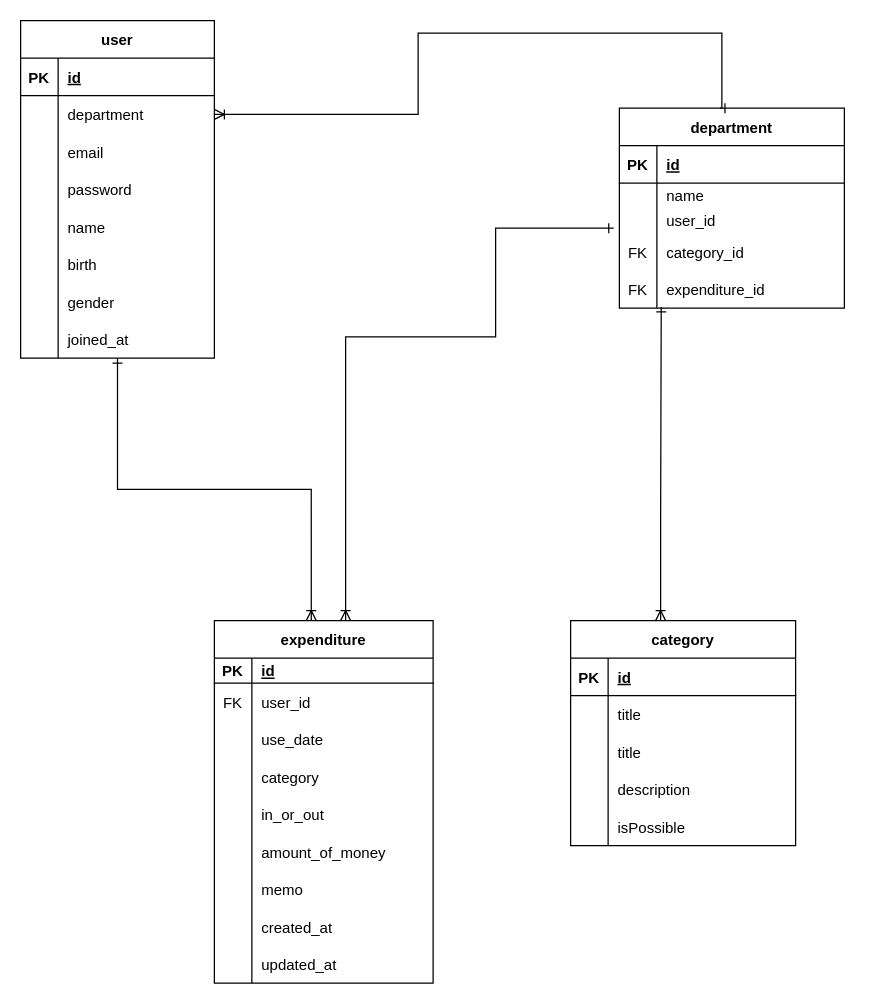
Earlier version of the draw.io diagram 제목 없는 다이어그램.drawio (ekslffh/accounting-project-be). Source tidied: cells renumbered, new cells numbered last; positions are measured from the earlier drawing's top-left corner, leaving out a move shared by most shapes. Both pictures are drawn from the tidied source at 125%, with x=0, y=0 at pixel (20, 20).
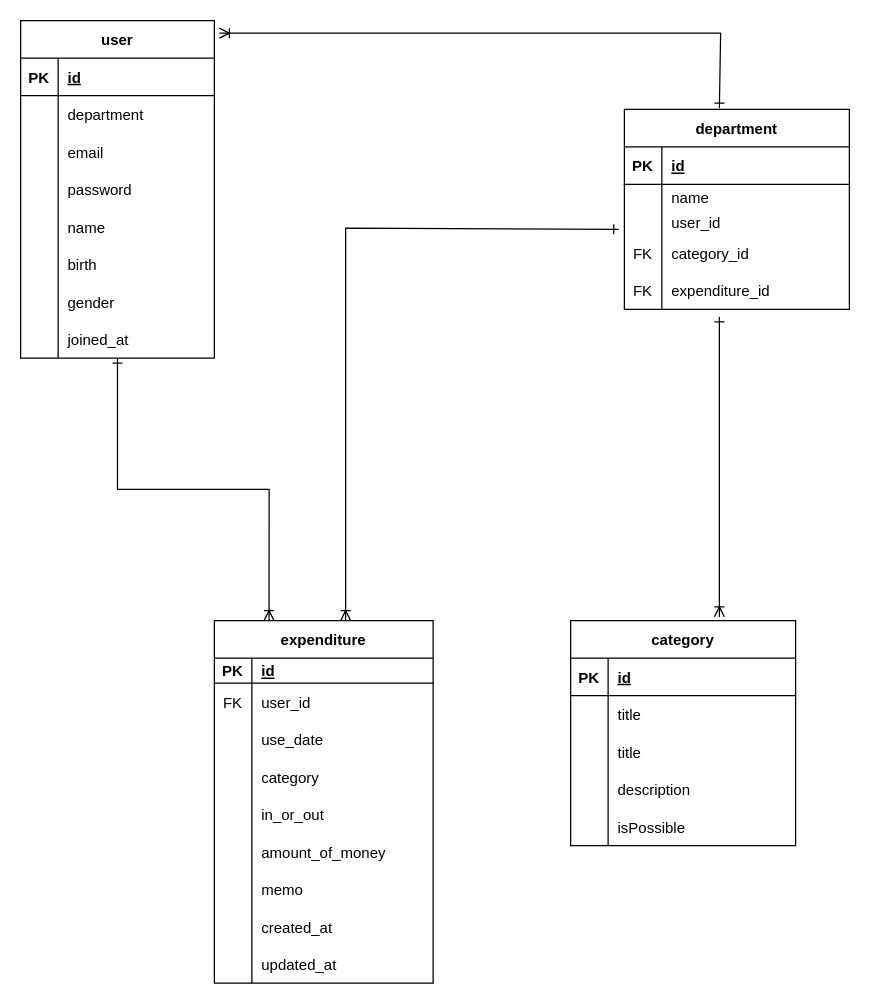
Above is the later version.

Unchanged cells that the change refers to:
```xml
<mxCell id="3" value="expenditure" style="shape=table;startSize=30;childLayout=tableLayout;rowLines=0;fontStyle=1;align=center;" parent="1" vertex="1">
  <mxGeometry x="155" y="480" width="175" height="290" as="geometry" />
</mxCell>
<mxCell id="32" value="user" style="shape=table;startSize=30;childLayout=tableLayout;rowLines=0;fontStyle=1;align=center;" parent="1" vertex="1">
  <mxGeometry width="155" height="270" as="geometry" />
</mxCell>
<mxCell id="36" style="shape=tableRow;horizontal=0;startSize=0;swimlaneHead=0;swimlaneBody=0;fillColor=none;points=[[0,0.5],[1,0.5]];portConstraint=eastwest;top=0;left=0;right=0;bottom=0;" parent="32" vertex="1">
  <mxGeometry y="60" width="155" height="30" as="geometry" />
</mxCell>
<mxCell id="58" value="category" style="shape=table;startSize=30;childLayout=tableLayout;rowLines=0;fontStyle=1;align=center;" parent="1" vertex="1">
  <mxGeometry x="440" y="480" width="180" height="180" as="geometry" />
</mxCell>
<mxCell id="84" style="shape=tableRow;horizontal=0;startSize=0;swimlaneHead=0;swimlaneBody=0;fillColor=none;points=[[0,0.5],[1,0.5]];portConstraint=eastwest;top=0;left=0;right=0;bottom=0;" parent="74" vertex="1">
  <mxGeometry y="100" width="180" height="30" as="geometry" />
</mxCell>
<mxCell id="87" style="shape=tableRow;horizontal=0;startSize=0;swimlaneHead=0;swimlaneBody=0;fillColor=none;points=[[0,0.5],[1,0.5]];portConstraint=eastwest;top=0;left=0;right=0;bottom=0;" parent="74" vertex="1">
  <mxGeometry y="130" width="180" height="30" as="geometry" />
</mxCell>
```

What changed in the source:
```diff
@@
     <mxCell id="2" style="edgeStyle=orthogonalEdgeStyle;rounded=0;jettySize=auto;html=1;startArrow=ERoneToMany;startFill=0;endArrow=ERone;endFill=0;entryX=-0.025;entryY=-0.133;entryDx=0;entryDy=0;entryPerimeter=0;" parent="1" edge="1" source="3" target="84">
       <mxGeometry relative="1" as="geometry">
         <Array as="points">
-          <mxPoint x="260" y="253" />
-          <mxPoint x="380" y="253" />
-          <mxPoint x="380" y="166" />
+          <mxPoint x="260" y="166" />
         </Array>
       </mxGeometry>
     </mxCell>
@@
-    <mxCell id="31" style="edgeStyle=orthogonalEdgeStyle;rounded=0;jettySize=auto;html=1;entryX=0.443;entryY=0;entryDx=0;entryDy=0;entryPerimeter=0;startArrow=ERone;startFill=0;endArrow=ERoneToMany;endFill=0;" parent="1" edge="1" source="32" target="3">
+    <mxCell id="31" style="edgeStyle=orthogonalEdgeStyle;rounded=0;jettySize=auto;html=1;entryX=0.25;entryY=0;entryDx=0;entryDy=0;startArrow=ERone;startFill=0;endArrow=ERoneToMany;endFill=0;" parent="1" edge="1" source="32" target="3">
       <mxGeometry relative="1" as="geometry" />
     </mxCell>
@@
-    <mxCell id="57" style="edgeStyle=orthogonalEdgeStyle;rounded=0;jettySize=auto;html=1;startArrow=ERoneToMany;startFill=0;endArrow=ERone;endFill=0;entryX=0.186;entryY=0.967;entryDx=0;entryDy=0;entryPerimeter=0;" parent="1" edge="1" source="58" target="87">
+    <mxCell id="57" style="edgeStyle=orthogonalEdgeStyle;rounded=0;orthogonalLoop=1;jettySize=auto;html=1;startArrow=ERoneToMany;startFill=0;endArrow=ERone;endFill=0;" parent="1" edge="1">
       <mxGeometry relative="1" as="geometry">
+        <mxPoint x="559" y="477" as="sourcePoint" />
+        <mxPoint x="559" y="237" as="targetPoint" />
         <Array as="points">
-          <mxPoint x="512" y="400" />
-          <mxPoint x="512" y="400" />
+          <mxPoint x="559" y="289" />
+          <mxPoint x="559" y="289" />
         </Array>
       </mxGeometry>
     </mxCell>
@@
     <mxCell id="74" value="department" style="shape=table;startSize=30;childLayout=tableLayout;rowLines=0;fontStyle=1;align=center;" parent="1" vertex="1">
-      <mxGeometry x="479" y="70" width="180" height="160" as="geometry" />
+      <mxGeometry x="483" y="71" width="180" height="160" as="geometry" />
     </mxCell>
@@
-    <mxCell id="90" style="edgeStyle=orthogonalEdgeStyle;rounded=0;jettySize=auto;html=1;startArrow=ERoneToMany;startFill=0;endArrow=ERone;endFill=0;exitX=1;exitY=0.5;exitDx=0;exitDy=0;entryX=0.447;entryY=0;entryDx=0;entryDy=0;entryPerimeter=0;" parent="1" edge="1" source="36" target="74">
+    <mxCell id="90" style="edgeStyle=orthogonalEdgeStyle;rounded=0;orthogonalLoop=1;jettySize=auto;html=1;startArrow=ERoneToMany;startFill=0;endArrow=ERone;endFill=0;" parent="1" edge="1">
       <mxGeometry relative="1" as="geometry">
+        <mxPoint x="159" y="10" as="sourcePoint" />
+        <mxPoint x="559" y="70" as="targetPoint" />
         <Array as="points">
-          <mxPoint x="318" y="75" />
-          <mxPoint x="318" y="10" />
-          <mxPoint x="561" y="10" />
+          <mxPoint x="560" y="10" />
         </Array>
       </mxGeometry>
     </mxCell>
```
